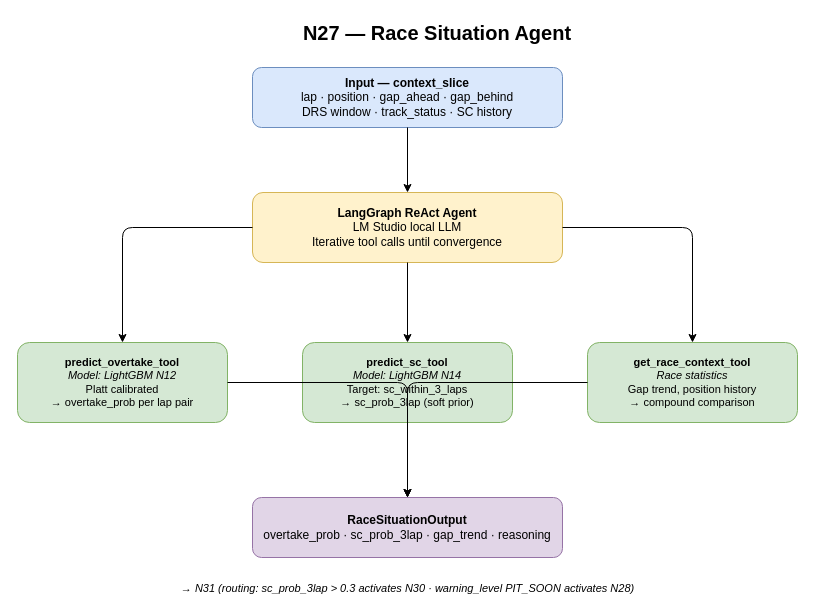
Earlier version of the draw.io diagram documents/dev_docs/diagrams/agents/N27_race_situation_agent.drawio (VforVitorio/F1-StratLab). Source tidied: cells renumbered, new cells numbered last; positions are measured from the earlier drawing's top-left corner, leaving out a move shared by most shapes. Both pictures are drawn from the tidied source at 100%, with x=0, y=0 at pixel (17, 17).
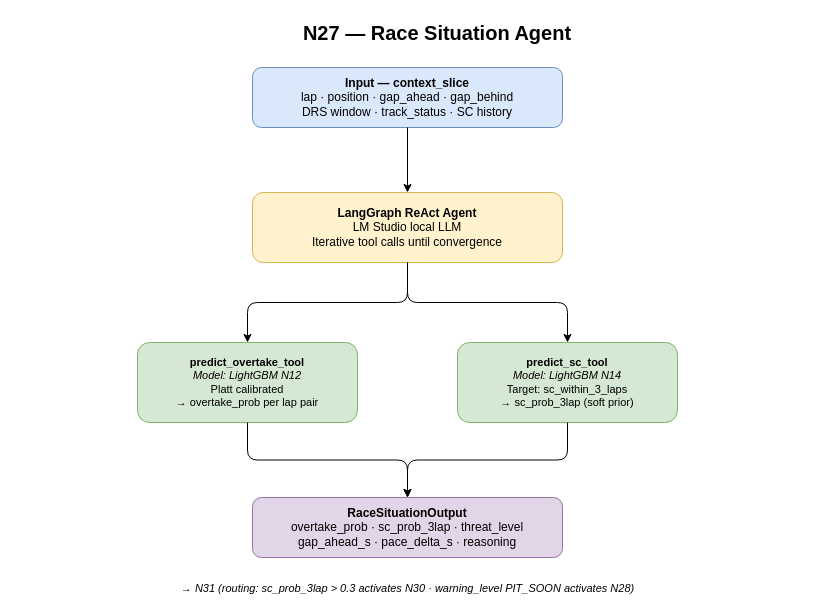
Above is the later version.

Commit message (it also covers changes not shown here):
correceted race situation agent and pace agent diagrams

The edit, as a diff of the source:
```diff
@@
 <mxGraphModel>
   <root>
     <mxCell id="0" />
     <mxCell id="1" parent="0" />
     <mxCell id="2" value="N27 — Race Situation Agent" style="text;html=1;strokeColor=none;fillColor=none;align=center;verticalAlign=middle;whiteSpace=wrap;fontSize=20;fontStyle=1;" parent="1" vertex="1">
       <mxGeometry x="170" width="500" height="30" as="geometry" />
     </mxCell>
     <mxCell id="3" value="&lt;b&gt;Input — context_slice&lt;/b&gt;&lt;br/&gt;lap · position · gap_ahead · gap_behind&lt;br/&gt;DRS window · track_status · SC history" style="rounded=1;whiteSpace=wrap;html=1;fillColor=#dae8fc;strokeColor=#6c8ebf;" parent="1" vertex="1">
       <mxGeometry x="235" y="50" width="310" height="60" as="geometry" />
     </mxCell>
     <mxCell id="4" value="&lt;b&gt;LangGraph ReAct Agent&lt;/b&gt;&lt;br/&gt;LM Studio local LLM&lt;br/&gt;Iterative tool calls until convergence" style="rounded=1;whiteSpace=wrap;html=1;fillColor=#fff2cc;strokeColor=#d6b656;" parent="1" vertex="1">
       <mxGeometry x="235" y="175" width="310" height="70" as="geometry" />
     </mxCell>
     <mxCell id="5" value="&lt;b&gt;predict_overtake_tool&lt;/b&gt;&lt;br/&gt;&lt;i&gt;Model: LightGBM N12&lt;/i&gt;&lt;br/&gt;Platt calibrated&lt;br/&gt;→ overtake_prob per lap pair" style="rounded=1;whiteSpace=wrap;html=1;fillColor=#d5e8d4;strokeColor=#82b366;fontSize=11;" parent="1" vertex="1">
-      <mxGeometry y="325" width="210" height="80" as="geometry" />
+      <mxGeometry x="120" y="325" width="220" height="80" as="geometry" />
     </mxCell>
     <mxCell id="6" value="&lt;b&gt;predict_sc_tool&lt;/b&gt;&lt;br/&gt;&lt;i&gt;Model: LightGBM N14&lt;/i&gt;&lt;br/&gt;Target: sc_within_3_laps&lt;br/&gt;→ sc_prob_3lap (soft prior)" style="rounded=1;whiteSpace=wrap;html=1;fillColor=#d5e8d4;strokeColor=#82b366;fontSize=11;" parent="1" vertex="1">
-      <mxGeometry x="285" y="325" width="210" height="80" as="geometry" />
+      <mxGeometry x="440" y="325" width="220" height="80" as="geometry" />
     </mxCell>
-    <mxCell id="7" value="&lt;b&gt;get_race_context_tool&lt;/b&gt;&lt;br/&gt;&lt;i&gt;Race statistics&lt;/i&gt;&lt;br/&gt;Gap trend, position history&lt;br/&gt;→ compound comparison" style="rounded=1;whiteSpace=wrap;html=1;fillColor=#d5e8d4;strokeColor=#82b366;fontSize=11;" parent="1" vertex="1">
-      <mxGeometry x="570" y="325" width="210" height="80" as="geometry" />
-    </mxCell>
-    <mxCell id="8" value="&lt;b&gt;RaceSituationOutput&lt;/b&gt;&lt;br/&gt;overtake_prob · sc_prob_3lap · gap_trend · reasoning" style="rounded=1;whiteSpace=wrap;html=1;fillColor=#e1d5e7;strokeColor=#9673a6;" parent="1" vertex="1">
+    <mxCell id="8" value="&lt;b&gt;RaceSituationOutput&lt;/b&gt;&lt;br/&gt;overtake_prob · sc_prob_3lap · threat_level&lt;br/&gt;gap_ahead_s · pace_delta_s · reasoning" style="rounded=1;whiteSpace=wrap;html=1;fillColor=#e1d5e7;strokeColor=#9673a6;" parent="1" vertex="1">
       <mxGeometry x="235" y="480" width="310" height="60" as="geometry" />
     </mxCell>
     <mxCell id="9" value="→ N31 (routing: sc_prob_3lap &gt; 0.3 activates N30 · warning_level PIT_SOON activates N28)" style="text;html=1;strokeColor=none;fillColor=none;align=center;fontStyle=2;fontSize=11;" parent="1" vertex="1">
       <mxGeometry x="90" y="558" width="600" height="20" as="geometry" />
     </mxCell>
     <mxCell id="10" style="edgeStyle=orthogonalEdgeStyle;" parent="1" edge="1" source="3" target="4">
       <mxGeometry relative="1" as="geometry" />
     </mxCell>
     <mxCell id="11" style="edgeStyle=orthogonalEdgeStyle;" parent="1" edge="1" source="4" target="5">
       <mxGeometry relative="1" as="geometry" />
     </mxCell>
     <mxCell id="12" style="edgeStyle=orthogonalEdgeStyle;" parent="1" edge="1" source="4" target="6">
       <mxGeometry relative="1" as="geometry" />
     </mxCell>
-    <mxCell id="13" style="edgeStyle=orthogonalEdgeStyle;" parent="1" edge="1" source="4" target="7">
-      <mxGeometry relative="1" as="geometry" />
-    </mxCell>
     <mxCell id="14" style="edgeStyle=orthogonalEdgeStyle;" parent="1" edge="1" source="5" target="8">
       <mxGeometry relative="1" as="geometry" />
     </mxCell>
     <mxCell id="15" style="edgeStyle=orthogonalEdgeStyle;" parent="1" edge="1" source="6" target="8">
       <mxGeometry relative="1" as="geometry" />
     </mxCell>
-    <mxCell id="16" style="edgeStyle=orthogonalEdgeStyle;" parent="1" edge="1" source="7" target="8">
-      <mxGeometry relative="1" as="geometry" />
-    </mxCell>
   </root>
 </mxGraphModel>
```
